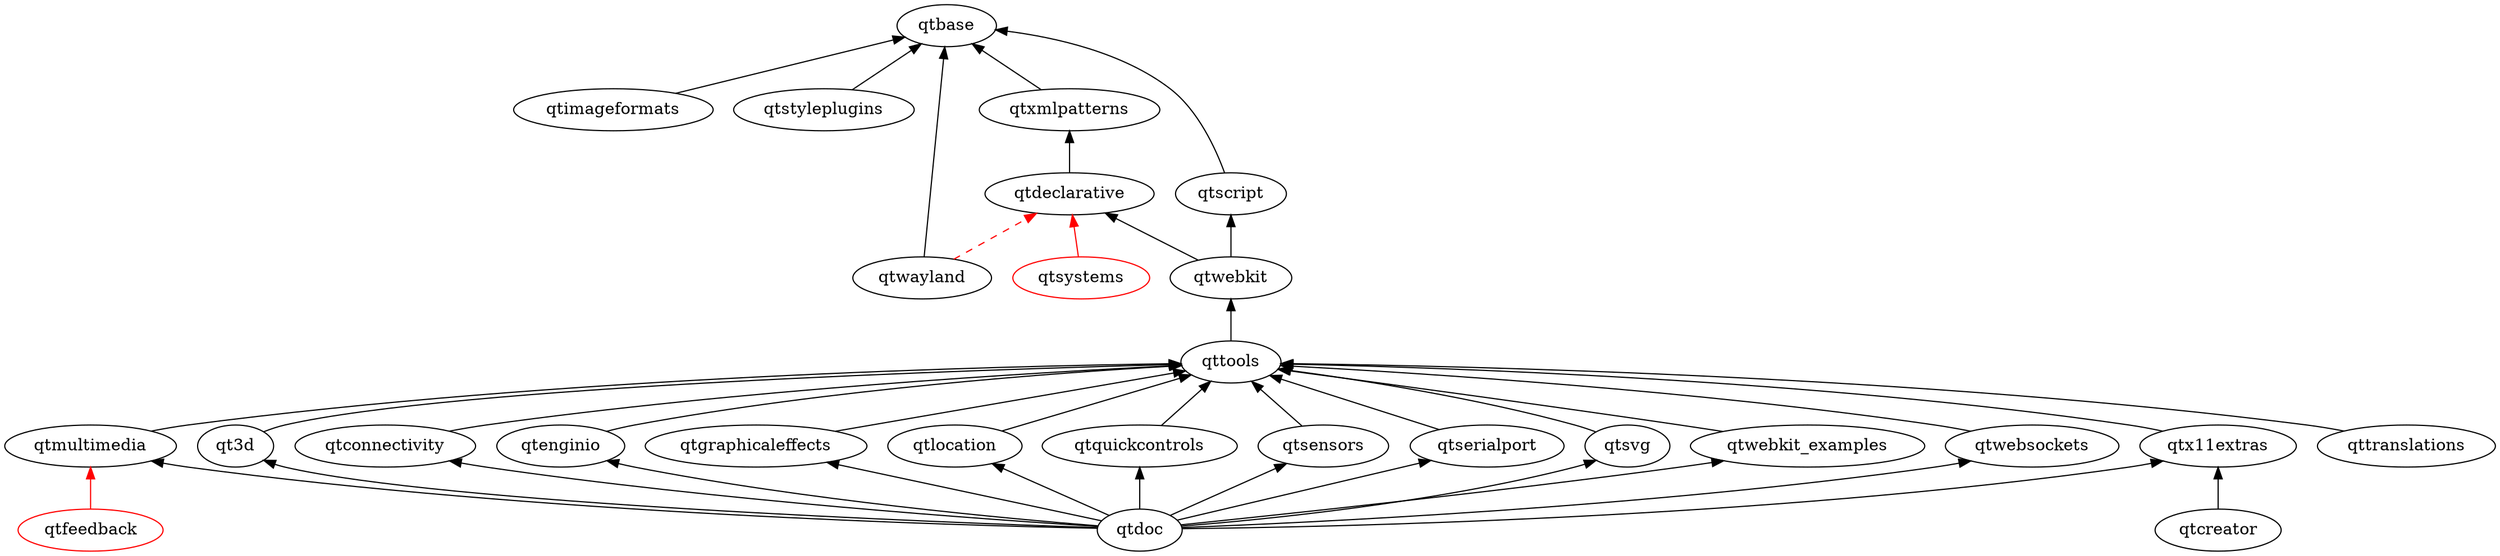
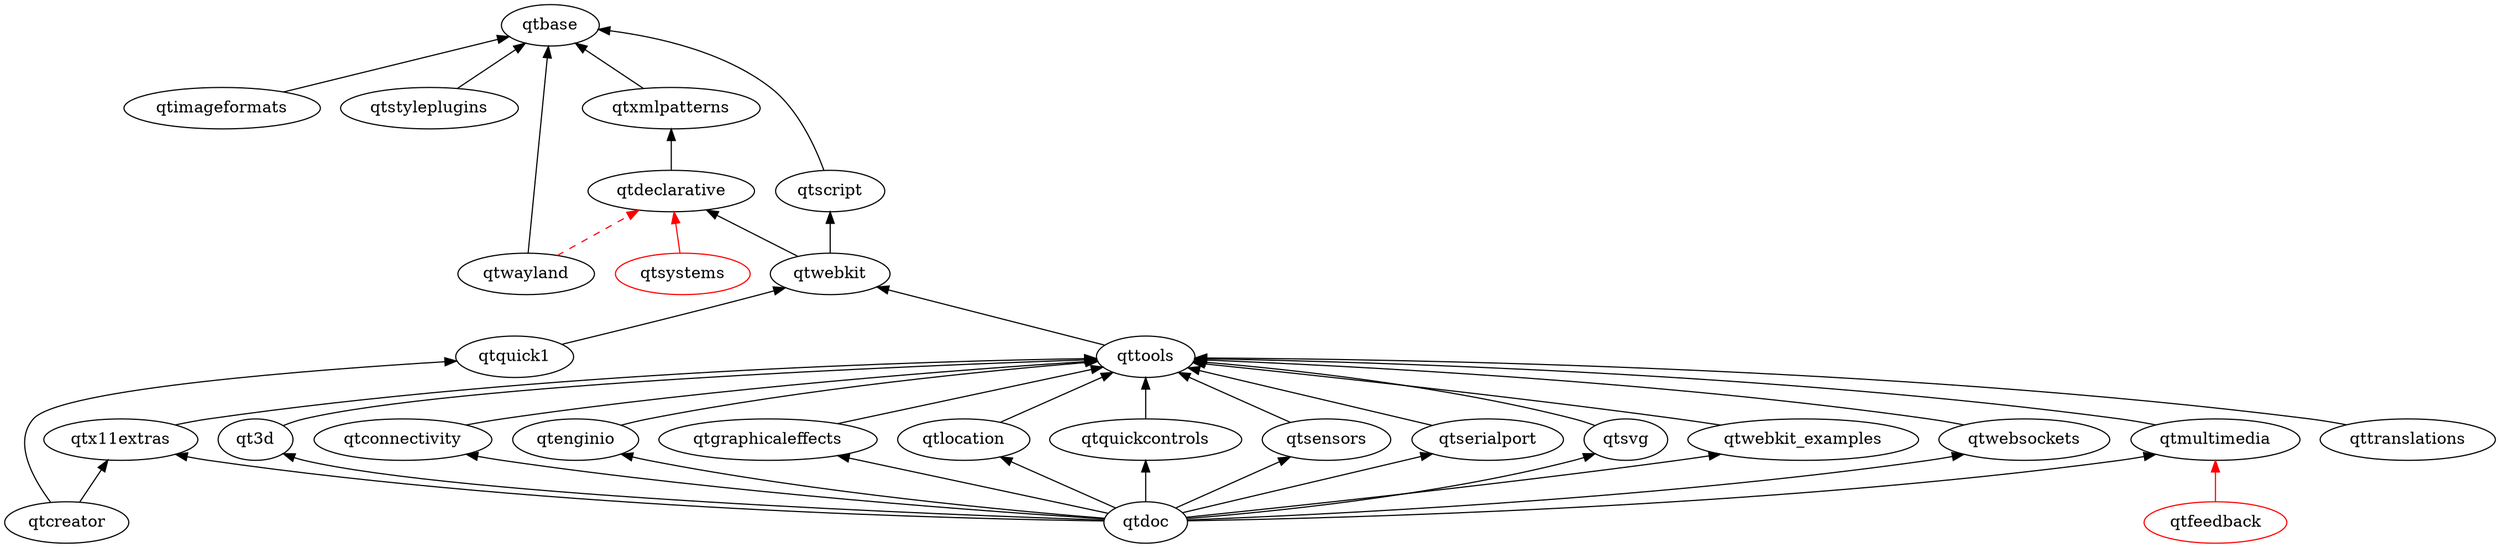
digraph qt5 {
  graph [
    rankdir = "BT"
  ]

  qt3d
  qtbase
  qtconnectivity
  qtcreator
  qtdeclarative
  qtdoc
  qtenginio
  qtfeedback [ color = red ]
  qtgraphicaleffects
  qtimageformats
  qtlocation
  qtmultimedia
+   qtquick1
  qtquickcontrols
  qtscript
  qtsensors
  qtserialport
  qtstyleplugins
  qtsvg
  qtsystems [ color = red ]
  qttools
  qttranslations
  qtwayland
  qtwebkit
  qtwebkit_examples
  qtwebsockets
  qtx11extras
  qtxmlpatterns

  qt3d -> qttools
  qtconnectivity -> qttools
  qtcreator -> qtx11extras
+   qtcreator -> qtquick1
  qtdeclarative -> qtxmlpatterns
  qtdoc -> qt3d
  qtdoc -> qtgraphicaleffects
  qtdoc -> qtmultimedia
  qtdoc -> qtlocation
  qtdoc -> qtquickcontrols
  qtdoc -> qtsensors
  qtdoc -> qtserialport
  qtdoc -> qtsvg
  qtdoc -> qtx11extras
  qtdoc -> qtwebkit_examples
  qtdoc -> qtwebsockets
  qtdoc -> qtconnectivity
  qtdoc -> qtenginio
  qtenginio -> qttools
  qtgraphicaleffects -> qttools
  qtimageformats -> qtbase
  qtmultimedia -> qttools
+   qtquick1 -> qtwebkit
  qtquickcontrols -> qttools
  qtsensors -> qttools
  qtserialport -> qttools
  qtscript -> qtbase
  qtstyleplugins -> qtbase
  qtsvg -> qttools
  qttools -> qtwebkit
  qttranslations -> qttools
  qtwayland -> qtbase
  qtwebkit -> qtscript
  qtwebkit -> qtdeclarative
  qtwebkit_examples -> qttools
  qtwebsockets -> qttools
  qtx11extras -> qttools
  qtxmlpatterns -> qtbase
  qtlocation -> qttools

  // unsure/not-uploaded
  qtfeedback -> qtmultimedia [ color = red ]
  qtsystems -> qtdeclarative [ color = red ]
  qtwayland -> qtdeclarative [ color = red style = dashed ]
}
